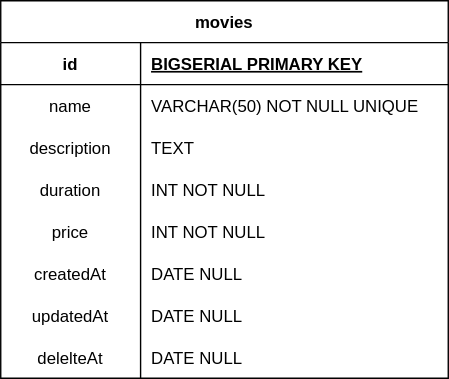
Earlier version of the draw.io export src/assets/diagram/diagrama.svg (megaurso/CreateApiTraining---movies-with-Typeorm). Source tidied: cells renumbered, new cells last; positions are measured from the earlier drawing's top-left corner, leaving out a move shared by most shapes.
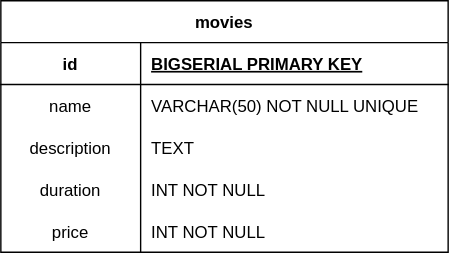
After the change.

Change to the diagram source:
```diff
@@ -3,7 +3,7 @@
     <mxCell id="0" />
     <mxCell id="1" parent="0" />
     <mxCell id="2" value="movies" style="shape=table;startSize=30;rowLines=0;fontStyle=1;align=center;" parent="1" vertex="1">
-      <mxGeometry width="320" height="270" as="geometry" />
+      <mxGeometry width="320" height="180" as="geometry" />
     </mxCell>
     <mxCell id="3" style="shape=tableRow;horizontal=0;startSize=0;swimlaneHead=0;swimlaneBody=0;fillColor=none;top=0;left=0;right=0;bottom=1;" parent="2" vertex="1">
       <mxGeometry y="30" width="320" height="30" as="geometry" />
@@ -50,32 +50,5 @@
     <mxCell id="17" value="INT NOT NULL" style="shape=partialRectangle;fillColor=none;top=0;left=0;bottom=0;right=0;align=left;spacingLeft=6;overflow=hidden;" parent="15" vertex="1">
       <mxGeometry x="100" width="220" height="30" as="geometry" />
     </mxCell>
-    <mxCell id="18" style="shape=tableRow;horizontal=0;startSize=0;swimlaneHead=0;swimlaneBody=0;fillColor=none;top=0;left=0;right=0;bottom=0;" parent="2" vertex="1">
-      <mxGeometry y="180" width="320" height="30" as="geometry" />
-    </mxCell>
-    <mxCell id="19" value="createdAt" style="shape=partialRectangle;fillColor=none;top=0;left=0;bottom=0;right=0;overflow=hidden;" parent="18" vertex="1">
-      <mxGeometry width="100" height="30" as="geometry" />
-    </mxCell>
-    <mxCell id="20" value="DATE NULL" style="shape=partialRectangle;fillColor=none;top=0;left=0;bottom=0;right=0;align=left;spacingLeft=6;overflow=hidden;" parent="18" vertex="1">
-      <mxGeometry x="100" width="220" height="30" as="geometry" />
-    </mxCell>
-    <mxCell id="21" style="shape=tableRow;horizontal=0;startSize=0;swimlaneHead=0;swimlaneBody=0;fillColor=none;top=0;left=0;right=0;bottom=0;" parent="2" vertex="1">
-      <mxGeometry y="210" width="320" height="30" as="geometry" />
-    </mxCell>
-    <mxCell id="22" value="updatedAt" style="shape=partialRectangle;fillColor=none;top=0;left=0;bottom=0;right=0;overflow=hidden;" parent="21" vertex="1">
-      <mxGeometry width="100" height="30" as="geometry" />
-    </mxCell>
-    <mxCell id="23" value="DATE NULL" style="shape=partialRectangle;fillColor=none;top=0;left=0;bottom=0;right=0;align=left;spacingLeft=6;overflow=hidden;" parent="21" vertex="1">
-      <mxGeometry x="100" width="220" height="30" as="geometry" />
-    </mxCell>
-    <mxCell id="24" style="shape=tableRow;horizontal=0;startSize=0;swimlaneHead=0;swimlaneBody=0;fillColor=none;top=0;left=0;right=0;bottom=0;" parent="2" vertex="1">
-      <mxGeometry y="240" width="320" height="30" as="geometry" />
-    </mxCell>
-    <mxCell id="25" value="delelteAt" style="shape=partialRectangle;fillColor=none;top=0;left=0;bottom=0;right=0;overflow=hidden;" parent="24" vertex="1">
-      <mxGeometry width="100" height="30" as="geometry" />
-    </mxCell>
-    <mxCell id="26" value="DATE NULL" style="shape=partialRectangle;fillColor=none;top=0;left=0;bottom=0;right=0;align=left;spacingLeft=6;overflow=hidden;" parent="24" vertex="1">
-      <mxGeometry x="100" width="220" height="30" as="geometry" />
-    </mxCell>
   </root>
 </mxGraphModel>
```
